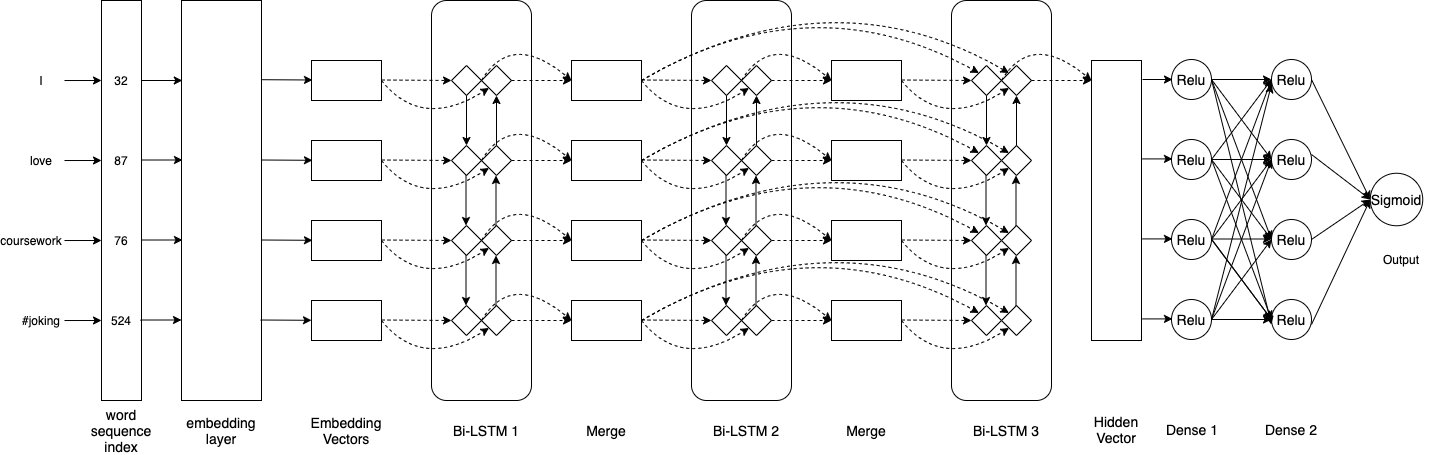
Earlier version of the draw.io export lstmdrawio.png (mexicer/SemEval-2018-task3-THU_NGN). Source tidied: cells renumbered, new cells last; positions are measured from the earlier drawing's top-left corner, leaving out a move shared by most shapes.
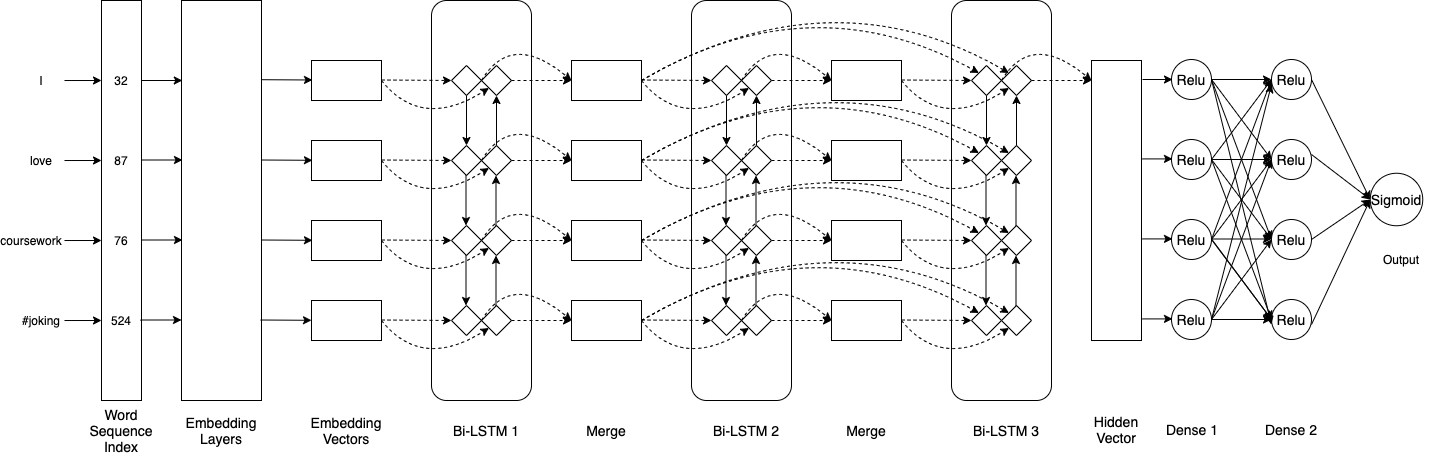
Later version of the same file.

What changed in the source:
```diff
@@ -71,7 +71,7 @@
     <mxCell id="20" style="rounded=0;whiteSpace=wrap;html=1;" parent="1" vertex="1">
       <mxGeometry x="300" y="330" width="70" height="40" as="geometry" />
     </mxCell>
-    <mxCell id="21" value="word sequence index" style="text;html=1;strokeColor=none;fillColor=none;align=center;verticalAlign=middle;whiteSpace=wrap;rounded=0;strokeWidth=14;fontSize=14;" parent="1" vertex="1">
+    <mxCell id="21" value="Word Sequence Index" style="text;html=1;strokeColor=none;fillColor=none;align=center;verticalAlign=middle;whiteSpace=wrap;rounded=0;strokeWidth=14;fontSize=14;" parent="1" vertex="1">
       <mxGeometry x="65" y="450" width="90" height="20" as="geometry" />
     </mxCell>
     <mxCell id="22" style="endArrow=classic;html=1;exitX=1;exitY=0.5;exitDx=0;exitDy=0;entryX=0.01;entryY=0.2;entryDx=0;entryDy=0;entryPerimeter=0;" parent="1" edge="1" source="13" target="4">
@@ -95,7 +95,7 @@
         <mxPoint x="170" y="349.5" as="targetPoint" />
       </mxGeometry>
     </mxCell>
-    <mxCell id="26" value="embedding&lt;br style=&quot;font-size: 14px;&quot;&gt;layer" style="text;html=1;strokeColor=none;fillColor=none;align=center;verticalAlign=middle;whiteSpace=wrap;rounded=0;strokeWidth=14;fontSize=14;" parent="1" vertex="1">
+    <mxCell id="26" value="Embedding&lt;br&gt;Layers" style="text;html=1;strokeColor=none;fillColor=none;align=center;verticalAlign=middle;whiteSpace=wrap;rounded=0;strokeWidth=14;fontSize=14;" parent="1" vertex="1">
       <mxGeometry x="190" y="450" width="40" height="20" as="geometry" />
     </mxCell>
     <mxCell id="27" style="endArrow=classic;html=1;exitX=0.988;exitY=0.198;exitDx=0;exitDy=0;entryX=0.01;entryY=0.2;entryDx=0;entryDy=0;entryPerimeter=0;exitPerimeter=0;" parent="1" edge="1">
```
